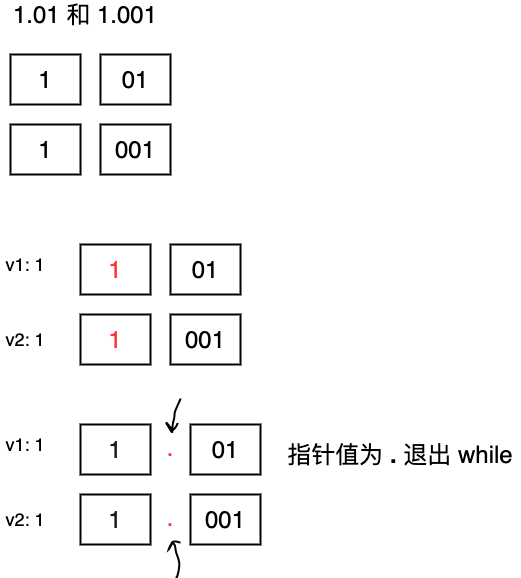
autsu/diagrams keeps this draw.io diagram as leet165-compare-version-number.png. Above is the earlier version. Source tidied: cells renumbered, new cells last; positions are measured from the earlier drawing's top-left corner, leaving out a move shared by most shapes.
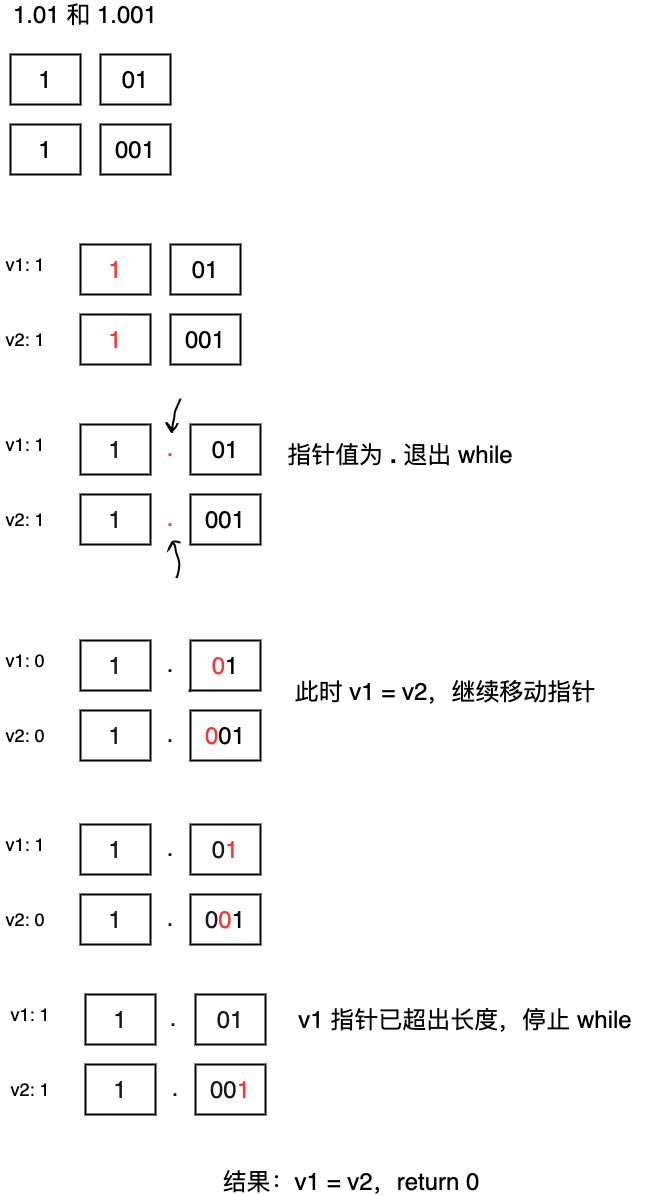
The same diagram one commit later.

Diff of the diagram source:
```diff
@@ -65,5 +65,89 @@
     <mxCell id="22" style="shape=(stored shape, 1572 characters);fillColor=none;strokeWidth=2;" parent="1" vertex="1">
       <mxGeometry x="166" y="394" width="14" height="178.8" as="geometry" />
     </mxCell>
+    <mxCell id="23" value="&lt;font style=&quot;font-size: 24px&quot; color=&quot;#1a1a1a&quot;&gt;1&lt;/font&gt;" style="rounded=0;whiteSpace=wrap;html=1;strokeWidth=2;" parent="1" vertex="1">
+      <mxGeometry x="80" y="636" width="70" height="50" as="geometry" />
+    </mxCell>
+    <mxCell id="24" value="&lt;font style=&quot;font-size: 24px&quot;&gt;&lt;font color=&quot;#ff3333&quot;&gt;0&lt;/font&gt;1&lt;/font&gt;" style="rounded=0;whiteSpace=wrap;html=1;strokeWidth=2;" parent="1" vertex="1">
+      <mxGeometry x="190" y="636" width="70" height="50" as="geometry" />
+    </mxCell>
+    <mxCell id="25" value="&lt;font style=&quot;font-size: 24px&quot; color=&quot;#1a1a1a&quot;&gt;1&lt;/font&gt;" style="rounded=0;whiteSpace=wrap;html=1;strokeWidth=2;" parent="1" vertex="1">
+      <mxGeometry x="80" y="706" width="70" height="50" as="geometry" />
+    </mxCell>
+    <mxCell id="26" value="&lt;font style=&quot;font-size: 24px&quot;&gt;&lt;font color=&quot;#ff3333&quot;&gt;0&lt;/font&gt;01&lt;/font&gt;" style="rounded=0;whiteSpace=wrap;html=1;strokeWidth=2;" parent="1" vertex="1">
+      <mxGeometry x="190" y="706" width="70" height="50" as="geometry" />
+    </mxCell>
+    <mxCell id="27" value="&lt;font style=&quot;font-size: 18px&quot;&gt;v1: 0&lt;/font&gt;" style="text;html=1;strokeColor=none;fillColor=none;align=center;verticalAlign=middle;whiteSpace=wrap;rounded=0;" parent="1" vertex="1">
+      <mxGeometry y="646" width="50" height="20" as="geometry" />
+    </mxCell>
+    <mxCell id="28" value="&lt;font style=&quot;font-size: 18px&quot;&gt;v2: 0&lt;/font&gt;" style="text;html=1;strokeColor=none;fillColor=none;align=center;verticalAlign=middle;whiteSpace=wrap;rounded=0;" parent="1" vertex="1">
+      <mxGeometry y="721" width="50" height="20" as="geometry" />
+    </mxCell>
+    <mxCell id="29" value="&lt;font style=&quot;font-size: 18px&quot; color=&quot;#1a1a1a&quot;&gt;&lt;b&gt;.&lt;/b&gt;&lt;/font&gt;" style="text;html=1;strokeColor=none;fillColor=none;align=center;verticalAlign=middle;whiteSpace=wrap;rounded=0;" parent="1" vertex="1">
+      <mxGeometry x="150" y="651" width="40" height="20" as="geometry" />
+    </mxCell>
+    <mxCell id="30" value="&lt;span style=&quot;font-size: 24px&quot;&gt;此时 v1 = v2，继续移动指针&lt;/span&gt;" style="text;html=1;strokeColor=none;fillColor=none;align=center;verticalAlign=middle;whiteSpace=wrap;rounded=0;" parent="1" vertex="1">
+      <mxGeometry x="280" y="680" width="330" height="14" as="geometry" />
+    </mxCell>
+    <mxCell id="31" value="&lt;font style=&quot;font-size: 24px&quot; color=&quot;#1a1a1a&quot;&gt;1&lt;/font&gt;" style="rounded=0;whiteSpace=wrap;html=1;strokeWidth=2;" parent="1" vertex="1">
+      <mxGeometry x="80" y="820" width="70" height="50" as="geometry" />
+    </mxCell>
+    <mxCell id="32" value="&lt;font style=&quot;font-size: 24px&quot;&gt;&lt;font color=&quot;#1a1a1a&quot;&gt;0&lt;/font&gt;&lt;font color=&quot;#ff3333&quot;&gt;1&lt;/font&gt;&lt;/font&gt;" style="rounded=0;whiteSpace=wrap;html=1;strokeWidth=2;" parent="1" vertex="1">
+      <mxGeometry x="190" y="820" width="70" height="50" as="geometry" />
+    </mxCell>
+    <mxCell id="33" value="&lt;font style=&quot;font-size: 24px&quot; color=&quot;#1a1a1a&quot;&gt;1&lt;/font&gt;" style="rounded=0;whiteSpace=wrap;html=1;strokeWidth=2;" parent="1" vertex="1">
+      <mxGeometry x="80" y="890" width="70" height="50" as="geometry" />
+    </mxCell>
+    <mxCell id="34" value="&lt;font style=&quot;font-size: 24px&quot;&gt;&lt;font color=&quot;#1a1a1a&quot;&gt;0&lt;/font&gt;&lt;font color=&quot;#ff3333&quot;&gt;0&lt;/font&gt;1&lt;/font&gt;" style="rounded=0;whiteSpace=wrap;html=1;strokeWidth=2;" parent="1" vertex="1">
+      <mxGeometry x="190" y="890" width="70" height="50" as="geometry" />
+    </mxCell>
+    <mxCell id="35" value="&lt;font style=&quot;font-size: 18px&quot;&gt;v1: 1&lt;/font&gt;" style="text;html=1;strokeColor=none;fillColor=none;align=center;verticalAlign=middle;whiteSpace=wrap;rounded=0;" parent="1" vertex="1">
+      <mxGeometry y="830" width="50" height="20" as="geometry" />
+    </mxCell>
+    <mxCell id="36" value="&lt;font style=&quot;font-size: 18px&quot;&gt;v2: 0&lt;/font&gt;" style="text;html=1;strokeColor=none;fillColor=none;align=center;verticalAlign=middle;whiteSpace=wrap;rounded=0;" parent="1" vertex="1">
+      <mxGeometry y="905" width="50" height="20" as="geometry" />
+    </mxCell>
+    <mxCell id="37" value="&lt;font style=&quot;font-size: 24px&quot; color=&quot;#1a1a1a&quot;&gt;1&lt;/font&gt;" style="rounded=0;whiteSpace=wrap;html=1;strokeWidth=2;" parent="1" vertex="1">
+      <mxGeometry x="85" y="990" width="70" height="50" as="geometry" />
+    </mxCell>
+    <mxCell id="38" value="&lt;font style=&quot;font-size: 24px&quot;&gt;&lt;font color=&quot;#1a1a1a&quot;&gt;01&lt;/font&gt;&lt;/font&gt;" style="rounded=0;whiteSpace=wrap;html=1;strokeWidth=2;" parent="1" vertex="1">
+      <mxGeometry x="195" y="990" width="70" height="50" as="geometry" />
+    </mxCell>
+    <mxCell id="39" value="&lt;font style=&quot;font-size: 24px&quot; color=&quot;#1a1a1a&quot;&gt;1&lt;/font&gt;" style="rounded=0;whiteSpace=wrap;html=1;strokeWidth=2;" parent="1" vertex="1">
+      <mxGeometry x="85" y="1060" width="70" height="50" as="geometry" />
+    </mxCell>
+    <mxCell id="40" value="&lt;font style=&quot;font-size: 24px&quot;&gt;&lt;font color=&quot;#1a1a1a&quot;&gt;00&lt;/font&gt;&lt;font color=&quot;#ff3333&quot;&gt;1&lt;/font&gt;&lt;/font&gt;" style="rounded=0;whiteSpace=wrap;html=1;strokeWidth=2;" parent="1" vertex="1">
+      <mxGeometry x="195" y="1060" width="70" height="50" as="geometry" />
+    </mxCell>
+    <mxCell id="41" value="&lt;font style=&quot;font-size: 18px&quot;&gt;v1: 1&lt;/font&gt;" style="text;html=1;strokeColor=none;fillColor=none;align=center;verticalAlign=middle;whiteSpace=wrap;rounded=0;" parent="1" vertex="1">
+      <mxGeometry x="5" y="1000" width="50" height="20" as="geometry" />
+    </mxCell>
+    <mxCell id="42" value="&lt;font style=&quot;font-size: 18px&quot;&gt;v2: 1&lt;/font&gt;" style="text;html=1;strokeColor=none;fillColor=none;align=center;verticalAlign=middle;whiteSpace=wrap;rounded=0;" parent="1" vertex="1">
+      <mxGeometry x="5" y="1075" width="50" height="20" as="geometry" />
+    </mxCell>
+    <mxCell id="43" value="&lt;span style=&quot;font-size: 24px&quot;&gt;v1 指针已超出长度，停止 while&lt;/span&gt;" style="text;html=1;strokeColor=none;fillColor=none;align=center;verticalAlign=middle;whiteSpace=wrap;rounded=0;" parent="1" vertex="1">
+      <mxGeometry x="280" y="1008" width="370" height="14" as="geometry" />
+    </mxCell>
+    <mxCell id="44" value="&lt;font style=&quot;font-size: 18px&quot; color=&quot;#1a1a1a&quot;&gt;&lt;b&gt;.&lt;/b&gt;&lt;/font&gt;" style="text;html=1;strokeColor=none;fillColor=none;align=center;verticalAlign=middle;whiteSpace=wrap;rounded=0;" parent="1" vertex="1">
+      <mxGeometry x="150" y="721" width="40" height="20" as="geometry" />
+    </mxCell>
+    <mxCell id="45" value="&lt;font style=&quot;font-size: 18px&quot; color=&quot;#1a1a1a&quot;&gt;&lt;b&gt;.&lt;/b&gt;&lt;/font&gt;" style="text;html=1;strokeColor=none;fillColor=none;align=center;verticalAlign=middle;whiteSpace=wrap;rounded=0;" parent="1" vertex="1">
+      <mxGeometry x="170" y="671" width="40" height="20" as="geometry" />
+    </mxCell>
+    <mxCell id="46" value="&lt;font style=&quot;font-size: 18px&quot; color=&quot;#1a1a1a&quot;&gt;&lt;b&gt;.&lt;/b&gt;&lt;/font&gt;" style="text;html=1;strokeColor=none;fillColor=none;align=center;verticalAlign=middle;whiteSpace=wrap;rounded=0;" parent="1" vertex="1">
+      <mxGeometry x="155" y="1075" width="40" height="20" as="geometry" />
+    </mxCell>
+    <mxCell id="47" value="&lt;font style=&quot;font-size: 18px&quot; color=&quot;#1a1a1a&quot;&gt;&lt;b&gt;.&lt;/b&gt;&lt;/font&gt;" style="text;html=1;strokeColor=none;fillColor=none;align=center;verticalAlign=middle;whiteSpace=wrap;rounded=0;" parent="1" vertex="1">
+      <mxGeometry x="150" y="835" width="40" height="20" as="geometry" />
+    </mxCell>
+    <mxCell id="48" value="&lt;font style=&quot;font-size: 18px&quot; color=&quot;#1a1a1a&quot;&gt;&lt;b&gt;.&lt;/b&gt;&lt;/font&gt;" style="text;html=1;strokeColor=none;fillColor=none;align=center;verticalAlign=middle;whiteSpace=wrap;rounded=0;" parent="1" vertex="1">
+      <mxGeometry x="153" y="1005" width="40" height="20" as="geometry" />
+    </mxCell>
+    <mxCell id="49" value="&lt;font style=&quot;font-size: 18px&quot; color=&quot;#1a1a1a&quot;&gt;&lt;b&gt;.&lt;/b&gt;&lt;/font&gt;" style="text;html=1;strokeColor=none;fillColor=none;align=center;verticalAlign=middle;whiteSpace=wrap;rounded=0;" parent="1" vertex="1">
+      <mxGeometry x="150" y="905" width="40" height="20" as="geometry" />
+    </mxCell>
+    <mxCell id="50" value="&lt;span style=&quot;font-size: 24px&quot;&gt;结果：v1 = v2，return 0&lt;/span&gt;" style="text;html=1;strokeColor=none;fillColor=none;align=center;verticalAlign=middle;whiteSpace=wrap;rounded=0;" parent="1" vertex="1">
+      <mxGeometry x="166" y="1170" width="370" height="14" as="geometry" />
+    </mxCell>
   </root>
 </mxGraphModel>
```
